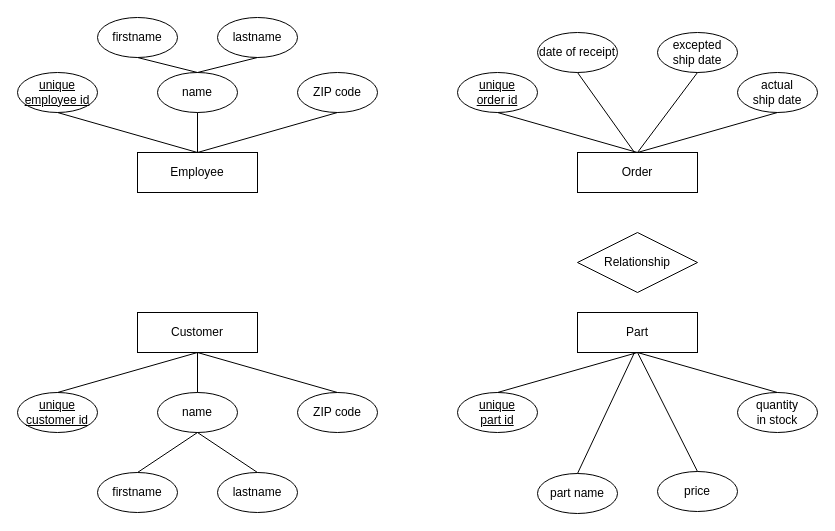
Before: erd.drawio in Sion99/C-Programming-for-Beginners, a draw.io diagram. Source tidied: cells renumbered, new cells numbered last; positions are measured from the earlier drawing's top-left corner, leaving out a move shared by most shapes. Both pictures are drawn from the tidied source at 100%, with x=0, y=0 at pixel (17, 17).
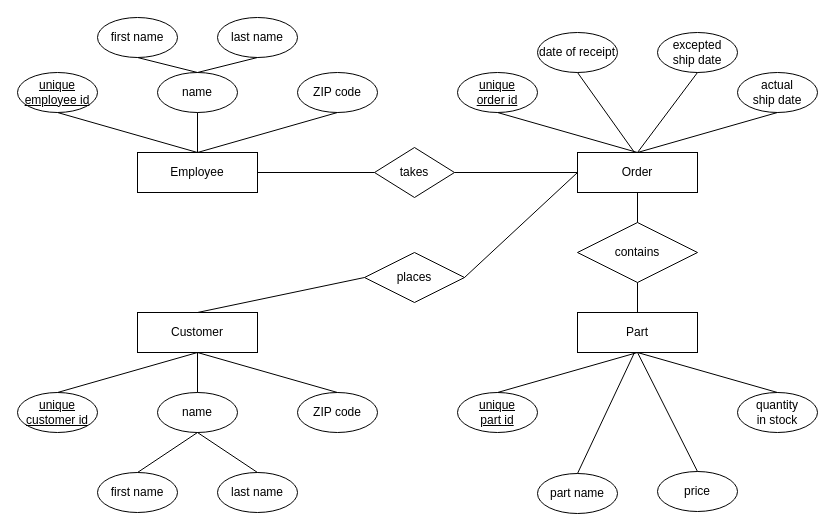
The same diagram, later.

The change refers to these unchanged cells:
```xml
<mxCell id="2" value="Employee" style="whiteSpace=wrap;html=1;align=center;" parent="1" vertex="1">
  <mxGeometry x="120" y="135" width="120" height="40" as="geometry" />
</mxCell>
<mxCell id="3" value="Order" style="whiteSpace=wrap;html=1;align=center;" parent="1" vertex="1">
  <mxGeometry x="560" y="135" width="120" height="40" as="geometry" />
</mxCell>
<mxCell id="4" value="Part" style="whiteSpace=wrap;html=1;align=center;" parent="1" vertex="1">
  <mxGeometry x="560" y="295" width="120" height="40" as="geometry" />
</mxCell>
<mxCell id="5" value="Customer" style="whiteSpace=wrap;html=1;align=center;" parent="1" vertex="1">
  <mxGeometry x="120" y="295" width="120" height="40" as="geometry" />
</mxCell>
```

What changed in the source:
```diff
@@
-    <mxCell id="7" value="firstname" style="ellipse;whiteSpace=wrap;html=1;align=center;" parent="1" vertex="1">
+    <mxCell id="7" value="first name" style="ellipse;whiteSpace=wrap;html=1;align=center;" parent="1" vertex="1">
       <mxGeometry x="80" width="80" height="40" as="geometry" />
     </mxCell>
-    <mxCell id="8" value="lastname" style="ellipse;whiteSpace=wrap;html=1;align=center;" parent="1" vertex="1">
+    <mxCell id="8" value="last name" style="ellipse;whiteSpace=wrap;html=1;align=center;" parent="1" vertex="1">
       <mxGeometry x="200" width="80" height="40" as="geometry" />
     </mxCell>
@@
-    <mxCell id="25" value="firstname" style="ellipse;whiteSpace=wrap;html=1;align=center;" parent="1" vertex="1">
+    <mxCell id="25" value="first name" style="ellipse;whiteSpace=wrap;html=1;align=center;" parent="1" vertex="1">
       <mxGeometry x="80" y="455" width="80" height="40" as="geometry" />
     </mxCell>
-    <mxCell id="26" value="lastname" style="ellipse;whiteSpace=wrap;html=1;align=center;" parent="1" vertex="1">
+    <mxCell id="26" value="last name" style="ellipse;whiteSpace=wrap;html=1;align=center;" parent="1" vertex="1">
       <mxGeometry x="200" y="455" width="80" height="40" as="geometry" />
     </mxCell>
@@
-    <mxCell id="42" value="Relationship" style="shape=rhombus;perimeter=rhombusPerimeter;whiteSpace=wrap;html=1;align=center;" parent="1" vertex="1">
-      <mxGeometry x="560" y="215" width="120" height="60" as="geometry" />
+    <mxCell id="42" value="contains" style="shape=rhombus;perimeter=rhombusPerimeter;whiteSpace=wrap;html=1;align=center;" parent="1" vertex="1">
+      <mxGeometry x="560" y="205" width="120" height="60" as="geometry" />
     </mxCell>
+    <mxCell id="43" value="takes" style="shape=rhombus;perimeter=rhombusPerimeter;whiteSpace=wrap;html=1;align=center;" parent="1" vertex="1">
+      <mxGeometry x="357" y="130" width="80" height="50" as="geometry" />
+    </mxCell>
+    <mxCell id="44" value="places" style="shape=rhombus;perimeter=rhombusPerimeter;whiteSpace=wrap;html=1;align=center;" parent="1" vertex="1">
+      <mxGeometry x="347" y="235" width="100" height="50" as="geometry" />
+    </mxCell>
+    <mxCell id="45" style="endArrow=none;html=1;rounded=0;exitX=1;exitY=0.5;exitDx=0;exitDy=0;entryX=0;entryY=0.5;entryDx=0;entryDy=0;" parent="1" edge="1" source="2" target="43">
+      <mxGeometry relative="1" as="geometry" />
+    </mxCell>
+    <mxCell id="46" style="endArrow=none;html=1;rounded=0;entryX=0;entryY=0.5;entryDx=0;entryDy=0;exitX=1;exitY=0.5;exitDx=0;exitDy=0;" parent="1" edge="1" source="43" target="3">
+      <mxGeometry relative="1" as="geometry" />
+    </mxCell>
+    <mxCell id="47" style="endArrow=none;html=1;rounded=0;entryX=0;entryY=0.5;entryDx=0;entryDy=0;exitX=1;exitY=0.5;exitDx=0;exitDy=0;" parent="1" edge="1" source="44" target="3">
+      <mxGeometry relative="1" as="geometry" />
+    </mxCell>
+    <mxCell id="48" style="endArrow=none;html=1;rounded=0;exitX=0.5;exitY=0;exitDx=0;exitDy=0;entryX=0;entryY=0.5;entryDx=0;entryDy=0;" parent="1" edge="1" source="5" target="44">
+      <mxGeometry relative="1" as="geometry" />
+    </mxCell>
+    <mxCell id="49" style="endArrow=none;html=1;rounded=0;entryX=0.5;entryY=1;entryDx=0;entryDy=0;exitX=0.5;exitY=0;exitDx=0;exitDy=0;" parent="1" edge="1" source="42" target="3">
+      <mxGeometry relative="1" as="geometry" />
+    </mxCell>
+    <mxCell id="50" style="endArrow=none;html=1;rounded=0;entryX=0.5;entryY=1;entryDx=0;entryDy=0;exitX=0.5;exitY=0;exitDx=0;exitDy=0;" parent="1" edge="1" source="4" target="42">
+      <mxGeometry relative="1" as="geometry" />
+    </mxCell>
```
